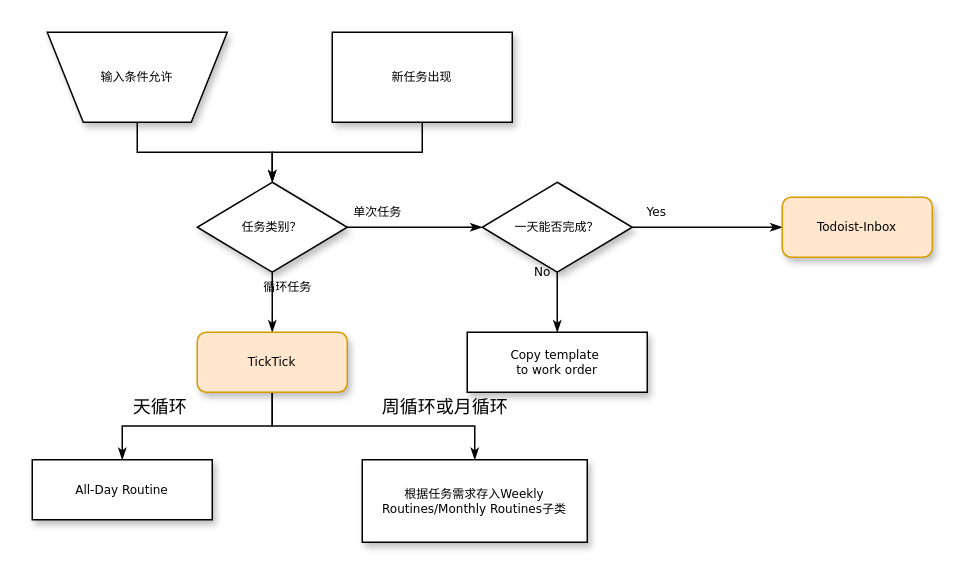
This is Untitled Diagram.drawio from jory18/jory18.github.io, a draw.io file, before an edit. Source tidied: cells renumbered, new cells numbered last; positions are measured from the earlier drawing's top-left corner, leaving out a move shared by most shapes. Both pictures are drawn from the tidied source at 150%, with x=0, y=0 at pixel (32, 32).
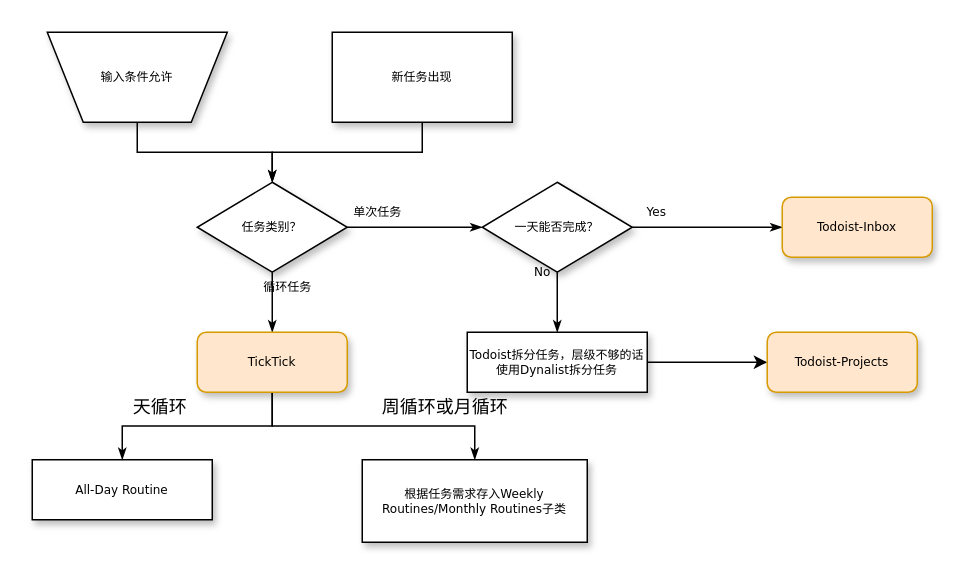
The same diagram, later.

The edit, as a diff of the source:
```diff
@@
+    <mxCell id="21" style="edgeStyle=orthogonalEdgeStyle;rounded=0;jettySize=auto;html=1;" parent="1" edge="1" source="14">
+      <mxGeometry relative="1" as="geometry">
+        <mxPoint x="490" y="220" as="targetPoint" />
+      </mxGeometry>
+    </mxCell>
-    <mxCell id="14" value="Copy template&amp;nbsp;&lt;div&gt;to work order&lt;/div&gt;" style="whiteSpace=wrap;html=1;rounded=0;shadow=1;labelBackgroundColor=none;strokeColor=#000000;strokeWidth=1;fillColor=#ffffff;fontFamily=Verdana;fontSize=8;fontColor=#000000;align=center;" parent="1" vertex="1">
+    <mxCell id="14" value="Todoist拆分任务，层级不够的话使用Dynalist拆分任务" style="whiteSpace=wrap;html=1;rounded=0;shadow=1;labelBackgroundColor=none;strokeColor=#000000;strokeWidth=1;fillColor=#ffffff;fontFamily=Verdana;fontSize=8;fontColor=#000000;align=center;" parent="1" vertex="1">
       <mxGeometry x="290" y="200" width="120" height="40" as="geometry" />
     </mxCell>
@@
+    <mxCell id="22" value="Todoist-Projects" style="rounded=1;whiteSpace=wrap;html=1;shadow=1;labelBackgroundColor=none;strokeColor=#d79b00;strokeWidth=1;fillColor=#ffe6cc;fontFamily=Verdana;fontSize=8;align=center;" parent="1" vertex="1">
+      <mxGeometry x="490" y="200" width="100" height="40" as="geometry" />
+    </mxCell>
```
